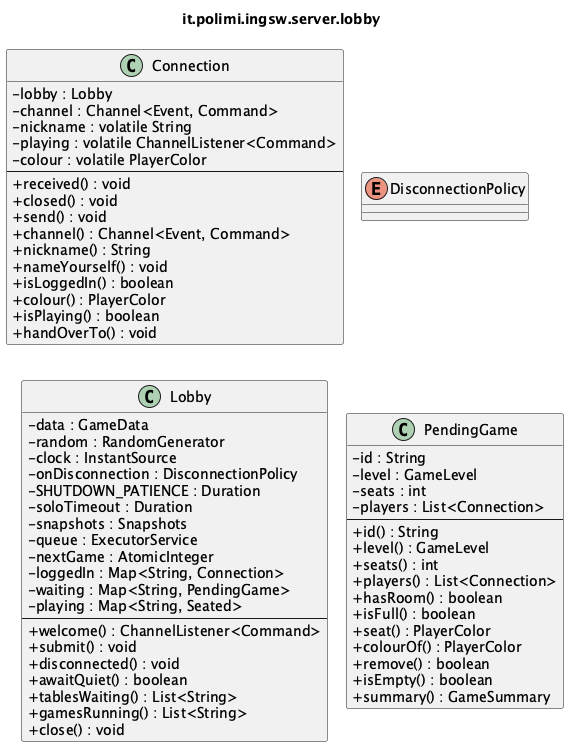
Before: docs/uml/detailed/it_polimi_ingsw_server_lobby.png, a diagram exported from PlantUML (samuelesegrini/ing-sw-2025-segrini-terribile-varricchio-zanca).
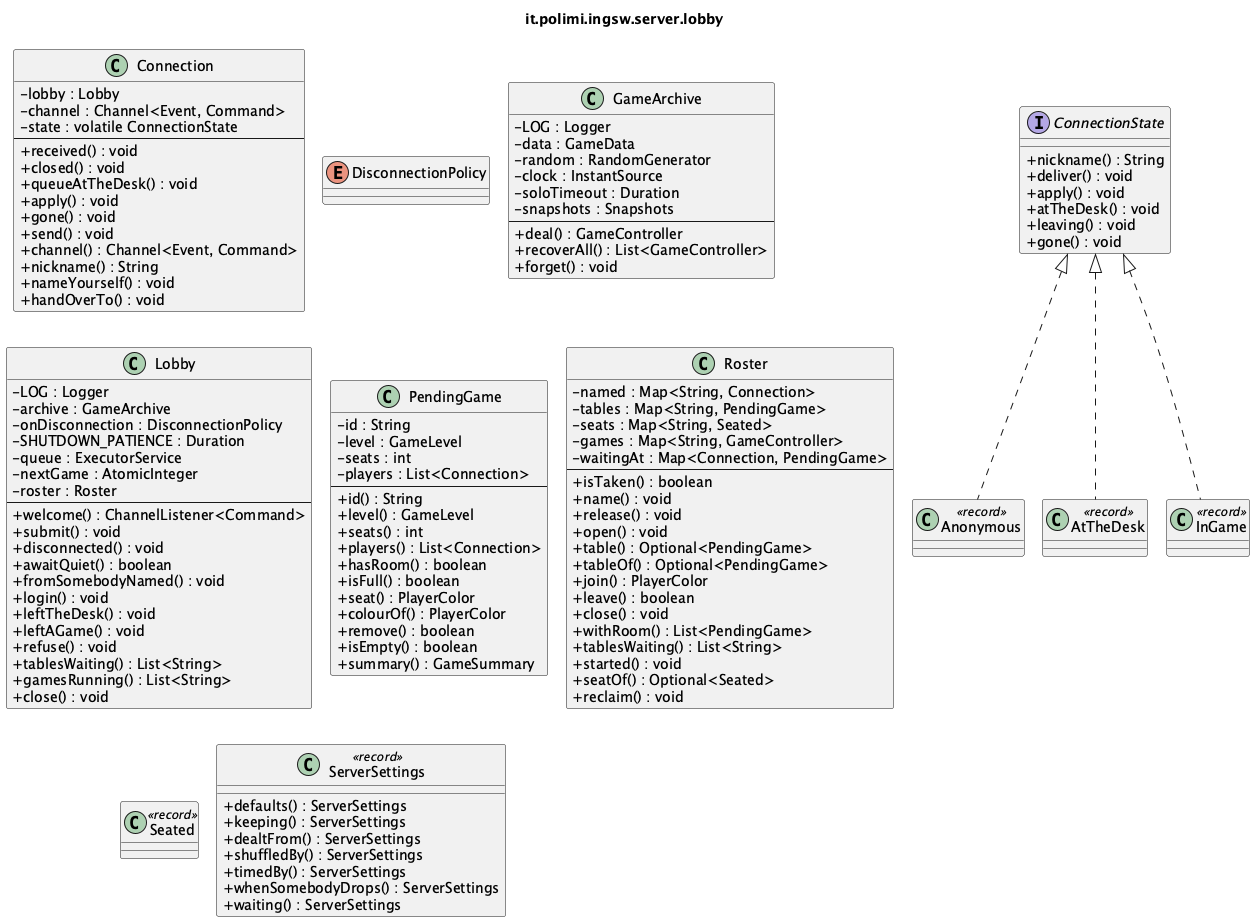
Later version of the same file.

What changed in the source:
```diff
@@ -7,41 +7,65 @@
 class Connection {
   -lobby : Lobby
   -channel : Channel<Event, Command>
-  -nickname : volatile String
-  -playing : volatile ChannelListener<Command>
-  -colour : volatile PlayerColor
+  -state : volatile ConnectionState
   --
   +received() : void
   +closed() : void
+  +queueAtTheDesk() : void
+  +apply() : void
+  +gone() : void
   +send() : void
   +channel() : Channel<Event, Command>
   +nickname() : String
   +nameYourself() : void
-  +isLoggedIn() : boolean
-  +colour() : PlayerColor
-  +isPlaying() : boolean
   +handOverTo() : void
+}
+interface ConnectionState {
+  +nickname() : String
+  +deliver() : void
+  +apply() : void
+  +atTheDesk() : void
+  +leaving() : void
+  +gone() : void
+}
+class Anonymous <<record>> {
+}
+class AtTheDesk <<record>> {
+}
+class InGame <<record>> {
 }
 enum DisconnectionPolicy {
 }
-class Lobby {
+class GameArchive {
+  -LOG : Logger
   -data : GameData
   -random : RandomGenerator
   -clock : InstantSource
+  -soloTimeout : Duration
+  -snapshots : Snapshots
+  --
+  +deal() : GameController
+  +recoverAll() : List<GameController>
+  +forget() : void
+}
+class Lobby {
+  -LOG : Logger
+  -archive : GameArchive
   -onDisconnection : DisconnectionPolicy
   -SHUTDOWN_PATIENCE : Duration
-  -soloTimeout : Duration
-  -snapshots : Snapshots
   -queue : ExecutorService
   -nextGame : AtomicInteger
-  -loggedIn : Map<String, Connection>
-  -waiting : Map<String, PendingGame>
-  -playing : Map<String, Seated>
+  -roster : Roster
   --
   +welcome() : ChannelListener<Command>
   +submit() : void
   +disconnected() : void
   +awaitQuiet() : boolean
+  +fromSomebodyNamed() : void
+  +login() : void
+  +leftTheDesk() : void
+  +leftAGame() : void
+  +refuse() : void
   +tablesWaiting() : List<String>
   +gamesRunning() : List<String>
   +close() : void
@@ -64,5 +88,41 @@
   +isEmpty() : boolean
   +summary() : GameSummary
 }
+class Roster {
+  -named : Map<String, Connection>
+  -tables : Map<String, PendingGame>
+  -seats : Map<String, Seated>
+  -games : Map<String, GameController>
+  -waitingAt : Map<Connection, PendingGame>
+  --
+  +isTaken() : boolean
+  +name() : void
+  +release() : void
+  +open() : void
+  +table() : Optional<PendingGame>
+  +tableOf() : Optional<PendingGame>
+  +join() : PlayerColor
+  +leave() : boolean
+  +close() : void
+  +withRoom() : List<PendingGame>
+  +tablesWaiting() : List<String>
+  +started() : void
+  +seatOf() : Optional<Seated>
+  +reclaim() : void
+}
+class Seated <<record>> {
+}
+class ServerSettings <<record>> {
+  +defaults() : ServerSettings
+  +keeping() : ServerSettings
+  +dealtFrom() : ServerSettings
+  +shuffledBy() : ServerSettings
+  +timedBy() : ServerSettings
+  +whenSomebodyDrops() : ServerSettings
+  +waiting() : ServerSettings
+}
 
+ConnectionState <|.. Anonymous
+ConnectionState <|.. AtTheDesk
+ConnectionState <|.. InGame
 @enduml
```
